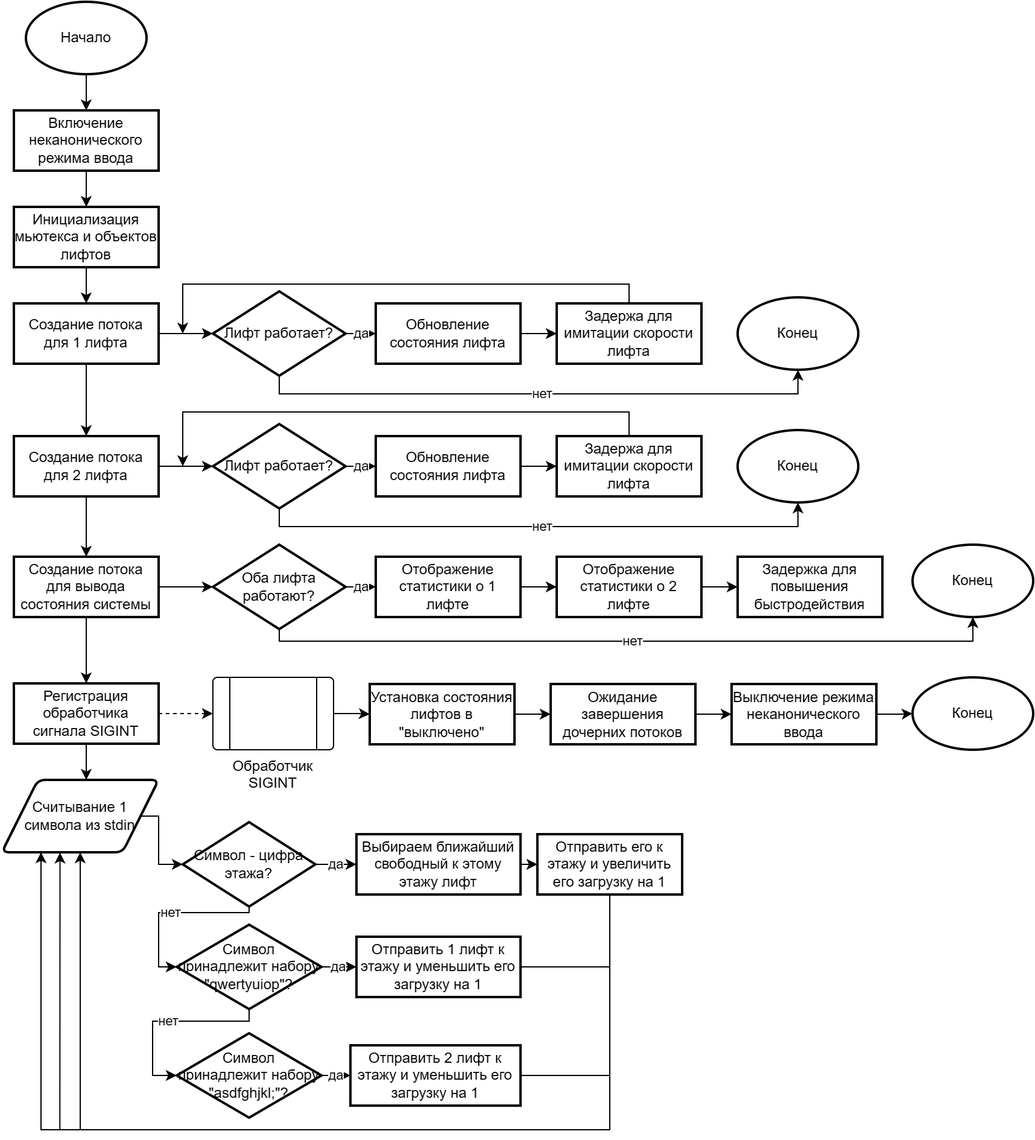
ITesserakt/DPS keeps this draw.io diagram as report/images/lab2_block_scheme.drawio.png. Above is the earlier version. Source tidied: cells renumbered, new cells last; positions are measured from the earlier drawing's top-left corner, leaving out a move shared by most shapes.
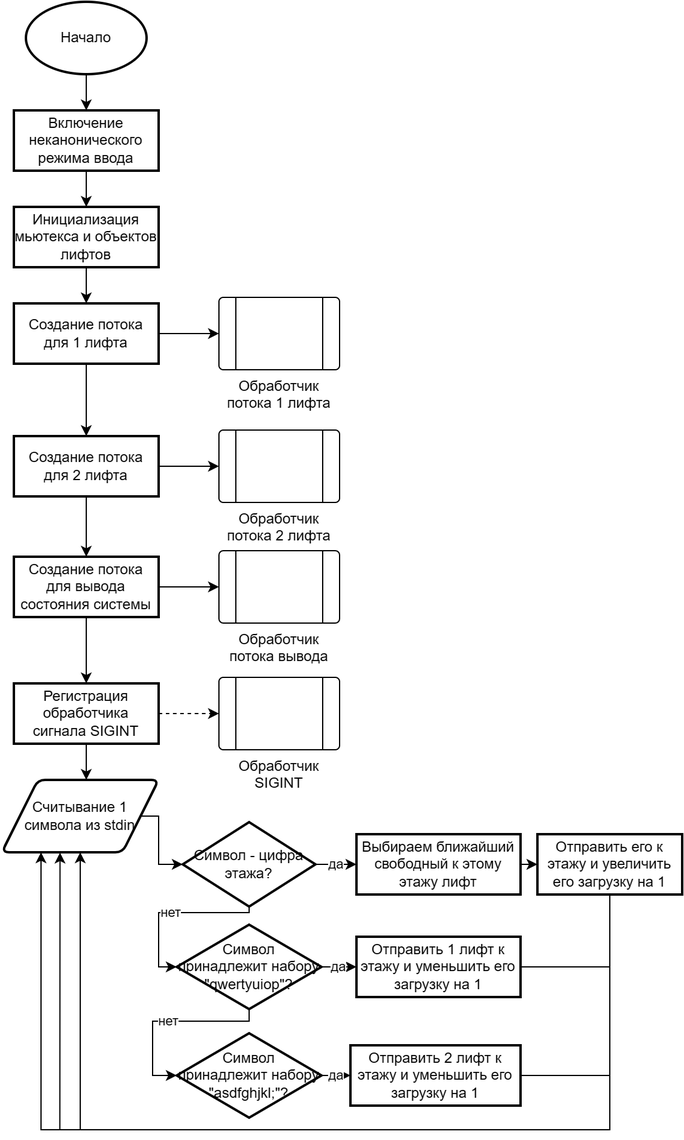
The same file after the commit.

What changed in the source:
```diff
@@ -23,7 +23,7 @@
     <mxCell id="8" style="edgeStyle=orthogonalEdgeStyle;rounded=0;jettySize=auto;html=1;entryX=0.5;entryY=0;entryDx=0;entryDy=0;" parent="1" edge="1" source="10" target="13">
       <mxGeometry relative="1" as="geometry" />
     </mxCell>
-    <mxCell id="9" style="edgeStyle=orthogonalEdgeStyle;rounded=0;jettySize=auto;html=1;entryX=0;entryY=0.5;entryDx=0;entryDy=0;entryPerimeter=0;" parent="1" edge="1" source="10" target="56">
+    <mxCell id="9" style="edgeStyle=orthogonalEdgeStyle;rounded=0;jettySize=auto;html=1;entryX=0;entryY=0.5;entryDx=0;entryDy=0;" parent="1" edge="1" source="10" target="72">
       <mxGeometry relative="1" as="geometry" />
     </mxCell>
     <mxCell id="10" value="Создание потока для 1 лифта" style="rounded=0;whiteSpace=wrap;html=1;absoluteArcSize=1;arcSize=14;strokeWidth=2;" parent="1" vertex="1">
@@ -32,7 +32,7 @@
     <mxCell id="11" style="edgeStyle=orthogonalEdgeStyle;rounded=0;jettySize=auto;html=1;entryX=0.5;entryY=0;entryDx=0;entryDy=0;" parent="1" edge="1" source="13" target="16">
       <mxGeometry relative="1" as="geometry" />
     </mxCell>
-    <mxCell id="12" style="edgeStyle=orthogonalEdgeStyle;rounded=0;jettySize=auto;html=1;entryX=0;entryY=0.5;entryDx=0;entryDy=0;entryPerimeter=0;" parent="1" edge="1" source="13" target="49">
+    <mxCell id="12" style="edgeStyle=orthogonalEdgeStyle;rounded=0;jettySize=auto;html=1;entryX=0;entryY=0.5;entryDx=0;entryDy=0;" parent="1" edge="1" source="13" target="73">
       <mxGeometry relative="1" as="geometry" />
     </mxCell>
     <mxCell id="13" value="Создание потока для 2 лифта" style="rounded=0;whiteSpace=wrap;html=1;absoluteArcSize=1;arcSize=14;strokeWidth=2;" parent="1" vertex="1">
@@ -41,7 +41,7 @@
     <mxCell id="14" style="edgeStyle=orthogonalEdgeStyle;rounded=0;jettySize=auto;html=1;entryX=0.5;entryY=0;entryDx=0;entryDy=0;" parent="1" edge="1" source="16" target="19">
       <mxGeometry relative="1" as="geometry" />
     </mxCell>
-    <mxCell id="15" style="edgeStyle=orthogonalEdgeStyle;rounded=0;jettySize=auto;html=1;entryX=0;entryY=0.5;entryDx=0;entryDy=0;entryPerimeter=0;" parent="1" edge="1" source="16" target="65">
+    <mxCell id="15" style="edgeStyle=orthogonalEdgeStyle;rounded=0;jettySize=auto;html=1;entryX=0;entryY=0.5;entryDx=0;entryDy=0;" parent="1" edge="1" source="16" target="74">
       <mxGeometry relative="1" as="geometry" />
     </mxCell>
     <mxCell id="16" value="Создание потока для вывода состояния системы" style="rounded=0;whiteSpace=wrap;html=1;absoluteArcSize=1;arcSize=14;strokeWidth=2;" parent="1" vertex="1">
@@ -69,33 +69,6 @@
     <mxCell id="21" value="Считывание 1 символа из stdin" style="shape=parallelogram;html=1;strokeWidth=2;perimeter=parallelogramPerimeter;whiteSpace=wrap;rounded=1;arcSize=12;size=0.23;" parent="1" vertex="1">
       <mxGeometry y="645" width="130" height="60" as="geometry" />
     </mxCell>
-    <mxCell id="22" style="edgeStyle=orthogonalEdgeStyle;rounded=0;jettySize=auto;html=1;entryX=0;entryY=0.5;entryDx=0;entryDy=0;" parent="1" edge="1" source="23" target="25">
-      <mxGeometry relative="1" as="geometry" />
-    </mxCell>
-    <mxCell id="23" value="Обработчик SIGINT" style="verticalLabelPosition=bottom;verticalAlign=top;html=1;shape=process;whiteSpace=wrap;rounded=1;size=0.14;arcSize=6;" parent="1" vertex="1">
-      <mxGeometry x="175" y="560" width="100" height="60" as="geometry" />
-    </mxCell>
-    <mxCell id="24" style="edgeStyle=orthogonalEdgeStyle;rounded=0;jettySize=auto;html=1;entryX=0;entryY=0.5;entryDx=0;entryDy=0;" parent="1" edge="1" source="25" target="27">
-      <mxGeometry relative="1" as="geometry" />
-    </mxCell>
-    <mxCell id="25" value="Установка состояния лифтов в &quot;выключено&quot;" style="rounded=0;whiteSpace=wrap;html=1;absoluteArcSize=1;arcSize=14;strokeWidth=2;" parent="1" vertex="1">
-      <mxGeometry x="305" y="565.5" width="120" height="50" as="geometry" />
-    </mxCell>
-    <mxCell id="26" style="edgeStyle=orthogonalEdgeStyle;rounded=0;jettySize=auto;html=1;entryX=0;entryY=0.5;entryDx=0;entryDy=0;" parent="1" edge="1" source="27" target="29">
-      <mxGeometry relative="1" as="geometry" />
-    </mxCell>
-    <mxCell id="27" value="Ожидание завершения дочерних потоков" style="rounded=0;whiteSpace=wrap;html=1;absoluteArcSize=1;arcSize=14;strokeWidth=2;" parent="1" vertex="1">
-      <mxGeometry x="455" y="565.5" width="120" height="50" as="geometry" />
-    </mxCell>
-    <mxCell id="28" style="edgeStyle=orthogonalEdgeStyle;rounded=0;jettySize=auto;html=1;entryX=0;entryY=0.5;entryDx=0;entryDy=0;entryPerimeter=0;" parent="1" edge="1" source="29" target="30">
-      <mxGeometry relative="1" as="geometry" />
-    </mxCell>
-    <mxCell id="29" value="Выключение режима неканонического ввода" style="rounded=0;whiteSpace=wrap;html=1;absoluteArcSize=1;arcSize=14;strokeWidth=2;" parent="1" vertex="1">
-      <mxGeometry x="605" y="565.5" width="120" height="50" as="geometry" />
-    </mxCell>
-    <mxCell id="30" value="Конец" style="strokeWidth=2;html=1;shape=mxgraph.flowchart.start_1;whiteSpace=wrap;" parent="1" vertex="1">
-      <mxGeometry x="755" y="560" width="100" height="60" as="geometry" />
-    </mxCell>
     <mxCell id="31" value="да" style="edgeStyle=orthogonalEdgeStyle;rounded=0;jettySize=auto;html=1;" parent="1" edge="1" source="33" target="35">
       <mxGeometry relative="1" as="geometry" />
     </mxCell>
@@ -173,107 +146,17 @@
     <mxCell id="46" value="Отправить 2 лифт к этажу и уменьшить его загрузку на 1" style="rounded=0;whiteSpace=wrap;html=1;absoluteArcSize=1;arcSize=14;strokeWidth=2;" parent="1" vertex="1">
       <mxGeometry x="289" y="865" width="141" height="50" as="geometry" />
     </mxCell>
-    <mxCell id="47" value="да" style="edgeStyle=orthogonalEdgeStyle;rounded=0;jettySize=auto;html=1;entryX=0;entryY=0.5;entryDx=0;entryDy=0;" parent="1" edge="1" source="49" target="51">
-      <mxGeometry relative="1" as="geometry" />
-    </mxCell>
-    <mxCell id="48" value="нет" style="edgeStyle=orthogonalEdgeStyle;rounded=0;jettySize=auto;html=1;entryX=0.5;entryY=1;entryDx=0;entryDy=0;entryPerimeter=0;" parent="1" edge="1" source="49" target="62">
-      <mxGeometry relative="1" as="geometry">
-        <Array as="points">
-          <mxPoint x="230" y="435" />
-          <mxPoint x="660" y="435" />
-        </Array>
-      </mxGeometry>
-    </mxCell>
-    <mxCell id="49" value="Лифт работает?" style="strokeWidth=2;html=1;shape=mxgraph.flowchart.decision;whiteSpace=wrap;" parent="1" vertex="1">
-      <mxGeometry x="175" y="350" width="110" height="70" as="geometry" />
-    </mxCell>
-    <mxCell id="50" style="edgeStyle=orthogonalEdgeStyle;rounded=0;jettySize=auto;html=1;" parent="1" edge="1" source="51" target="53">
-      <mxGeometry relative="1" as="geometry" />
-    </mxCell>
-    <mxCell id="51" value="Обновление состояния лифта" style="rounded=0;whiteSpace=wrap;html=1;absoluteArcSize=1;arcSize=14;strokeWidth=2;" parent="1" vertex="1">
-      <mxGeometry x="310" y="360" width="120" height="50" as="geometry" />
-    </mxCell>
-    <mxCell id="52" style="edgeStyle=orthogonalEdgeStyle;rounded=0;jettySize=auto;html=1;" parent="1" edge="1" source="53">
-      <mxGeometry relative="1" as="geometry">
-        <mxPoint x="150" y="385" as="targetPoint" />
-        <Array as="points">
-          <mxPoint x="520" y="340" />
-          <mxPoint x="150" y="340" />
-        </Array>
-      </mxGeometry>
-    </mxCell>
-    <mxCell id="53" value="Задержа для имитации скорости лифта" style="rounded=0;whiteSpace=wrap;html=1;absoluteArcSize=1;arcSize=14;strokeWidth=2;" parent="1" vertex="1">
-      <mxGeometry x="460" y="360" width="120" height="50" as="geometry" />
-    </mxCell>
-    <mxCell id="54" value="да" style="edgeStyle=orthogonalEdgeStyle;rounded=0;jettySize=auto;html=1;entryX=0;entryY=0.5;entryDx=0;entryDy=0;" parent="1" edge="1" source="56" target="58">
-      <mxGeometry relative="1" as="geometry" />
-    </mxCell>
-    <mxCell id="55" value="нет" style="edgeStyle=orthogonalEdgeStyle;rounded=0;jettySize=auto;html=1;entryX=0.5;entryY=1;entryDx=0;entryDy=0;entryPerimeter=0;" parent="1" edge="1" source="56" target="61">
-      <mxGeometry relative="1" as="geometry">
-        <Array as="points">
-          <mxPoint x="230" y="325" />
-          <mxPoint x="660" y="325" />
-        </Array>
-      </mxGeometry>
-    </mxCell>
-    <mxCell id="56" value="Лифт работает?" style="strokeWidth=2;html=1;shape=mxgraph.flowchart.decision;whiteSpace=wrap;" parent="1" vertex="1">
-      <mxGeometry x="175" y="240" width="110" height="70" as="geometry" />
-    </mxCell>
-    <mxCell id="57" style="edgeStyle=orthogonalEdgeStyle;rounded=0;jettySize=auto;html=1;" parent="1" edge="1" source="58" target="60">
-      <mxGeometry relative="1" as="geometry" />
-    </mxCell>
-    <mxCell id="58" value="Обновление состояния лифта" style="rounded=0;whiteSpace=wrap;html=1;absoluteArcSize=1;arcSize=14;strokeWidth=2;" parent="1" vertex="1">
-      <mxGeometry x="310" y="250" width="120" height="50" as="geometry" />
-    </mxCell>
-    <mxCell id="59" style="edgeStyle=orthogonalEdgeStyle;rounded=0;jettySize=auto;html=1;" parent="1" edge="1" source="60">
-      <mxGeometry relative="1" as="geometry">
-        <mxPoint x="150" y="275" as="targetPoint" />
-        <Array as="points">
-          <mxPoint x="520" y="234" />
-          <mxPoint x="150" y="234" />
-        </Array>
-      </mxGeometry>
-    </mxCell>
-    <mxCell id="60" value="Задержа для имитации скорости лифта" style="rounded=0;whiteSpace=wrap;html=1;absoluteArcSize=1;arcSize=14;strokeWidth=2;" parent="1" vertex="1">
-      <mxGeometry x="460" y="250" width="120" height="50" as="geometry" />
-    </mxCell>
-    <mxCell id="61" value="Конец" style="strokeWidth=2;html=1;shape=mxgraph.flowchart.start_1;whiteSpace=wrap;" parent="1" vertex="1">
-      <mxGeometry x="610" y="245" width="100" height="60" as="geometry" />
-    </mxCell>
-    <mxCell id="62" value="Конец" style="strokeWidth=2;html=1;shape=mxgraph.flowchart.start_1;whiteSpace=wrap;" parent="1" vertex="1">
-      <mxGeometry x="610" y="355" width="100" height="60" as="geometry" />
-    </mxCell>
-    <mxCell id="63" value="да" style="edgeStyle=orthogonalEdgeStyle;rounded=0;jettySize=auto;html=1;entryX=0;entryY=0.5;entryDx=0;entryDy=0;" parent="1" edge="1" source="65" target="67">
-      <mxGeometry relative="1" as="geometry" />
-    </mxCell>
-    <mxCell id="64" value="нет" style="edgeStyle=orthogonalEdgeStyle;rounded=0;jettySize=auto;html=1;entryX=0.5;entryY=1;entryDx=0;entryDy=0;entryPerimeter=0;" parent="1" edge="1" source="65" target="71">
-      <mxGeometry relative="1" as="geometry">
-        <Array as="points">
-          <mxPoint x="230" y="530" />
-          <mxPoint x="805" y="530" />
-        </Array>
-      </mxGeometry>
-    </mxCell>
-    <mxCell id="65" value="Оба лифта работают?" style="strokeWidth=2;html=1;shape=mxgraph.flowchart.decision;whiteSpace=wrap;" parent="1" vertex="1">
-      <mxGeometry x="175" y="450" width="110" height="70" as="geometry" />
-    </mxCell>
-    <mxCell id="66" style="edgeStyle=orthogonalEdgeStyle;rounded=0;jettySize=auto;html=1;entryX=0;entryY=0.5;entryDx=0;entryDy=0;" parent="1" edge="1" source="67" target="69">
-      <mxGeometry relative="1" as="geometry" />
-    </mxCell>
-    <mxCell id="67" value="Отображение статистики о 1 лифте" style="rounded=0;whiteSpace=wrap;html=1;absoluteArcSize=1;arcSize=14;strokeWidth=2;" parent="1" vertex="1">
-      <mxGeometry x="310" y="460" width="120" height="50" as="geometry" />
-    </mxCell>
-    <mxCell id="68" style="edgeStyle=orthogonalEdgeStyle;rounded=0;jettySize=auto;html=1;" parent="1" edge="1" source="69" target="70">
-      <mxGeometry relative="1" as="geometry" />
-    </mxCell>
-    <mxCell id="69" value="Отображение статистики о 2 лифте" style="rounded=0;whiteSpace=wrap;html=1;absoluteArcSize=1;arcSize=14;strokeWidth=2;" parent="1" vertex="1">
-      <mxGeometry x="460" y="460" width="120" height="50" as="geometry" />
-    </mxCell>
-    <mxCell id="70" value="Задержка для повышения быстродействия" style="rounded=0;whiteSpace=wrap;html=1;absoluteArcSize=1;arcSize=14;strokeWidth=2;" parent="1" vertex="1">
-      <mxGeometry x="610" y="460" width="120" height="50" as="geometry" />
-    </mxCell>
-    <mxCell id="71" value="Конец" style="strokeWidth=2;html=1;shape=mxgraph.flowchart.start_1;whiteSpace=wrap;" parent="1" vertex="1">
-      <mxGeometry x="755" y="450" width="100" height="60" as="geometry" />
-    </mxCell>
+    <mxCell id="72" value="Обработчик потока 1 лифта" style="verticalLabelPosition=bottom;verticalAlign=top;html=1;shape=process;whiteSpace=wrap;rounded=1;size=0.14;arcSize=6;" parent="1" vertex="1">
+      <mxGeometry x="180" y="245" width="100" height="60" as="geometry" />
+    </mxCell>
+    <mxCell id="73" value="Обработчик потока 2 лифта" style="verticalLabelPosition=bottom;verticalAlign=top;html=1;shape=process;whiteSpace=wrap;rounded=1;size=0.14;arcSize=6;" parent="1" vertex="1">
+      <mxGeometry x="180" y="355" width="100" height="60" as="geometry" />
+    </mxCell>
+    <mxCell id="74" value="Обработчик потока вывода" style="verticalLabelPosition=bottom;verticalAlign=top;html=1;shape=process;whiteSpace=wrap;rounded=1;size=0.14;arcSize=6;" parent="1" vertex="1">
+      <mxGeometry x="180" y="455" width="100" height="60" as="geometry" />
+    </mxCell>
+    <mxCell id="23" value="Обработчик SIGINT" style="verticalLabelPosition=bottom;verticalAlign=top;html=1;shape=process;whiteSpace=wrap;rounded=1;size=0.14;arcSize=6;" parent="1" vertex="1">
+      <mxGeometry x="180" y="560" width="100" height="60" as="geometry" />
+    </mxCell>
   </root>
 </mxGraphModel>
```
